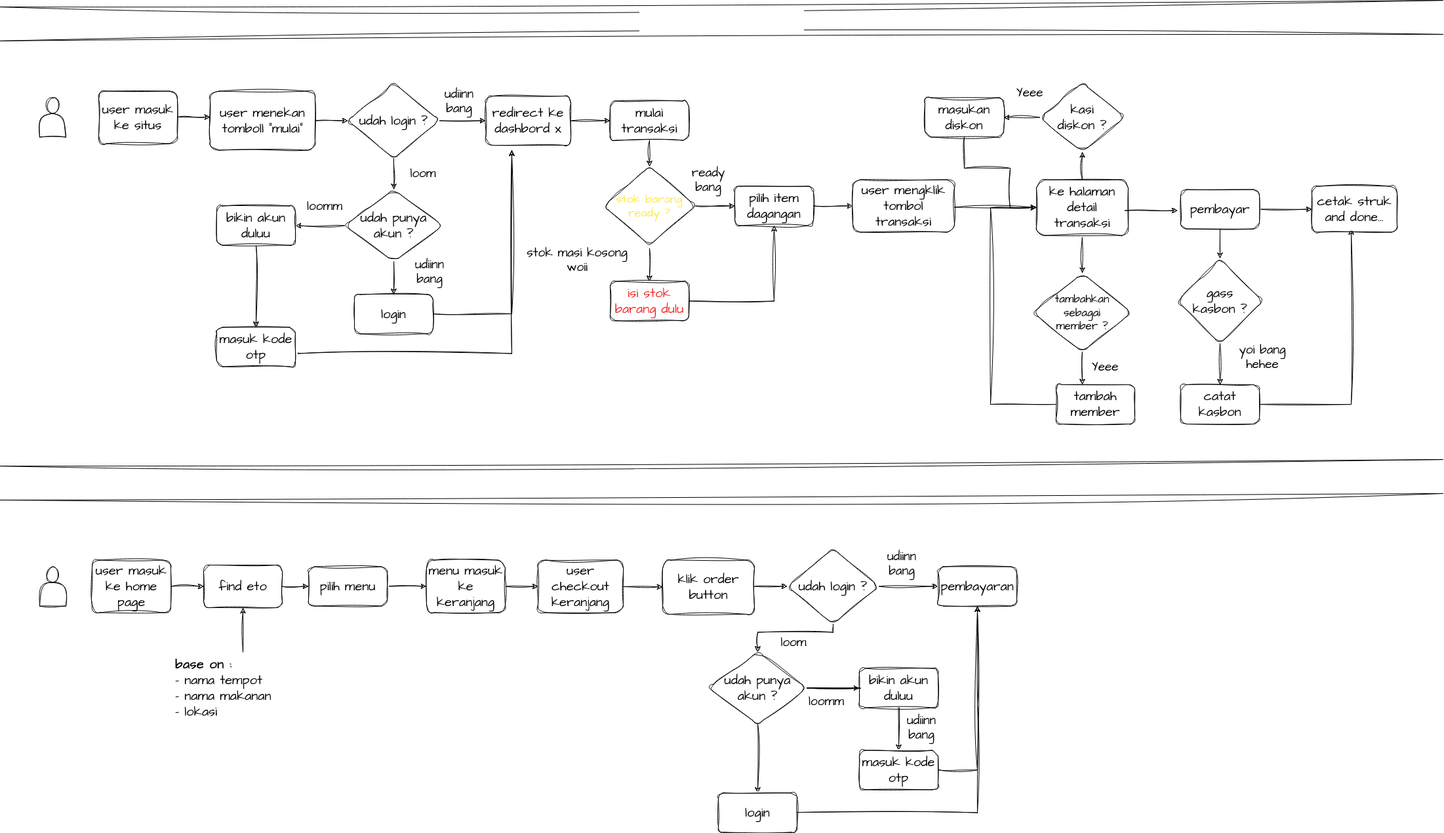
Above: Untitled Diagram.drawio.png in Petrichor-Dev/mypos (draw.io), before the change. Source tidied: cells renumbered, new cells last; positions are measured from the earlier drawing's top-left corner, leaving out a move shared by most shapes.
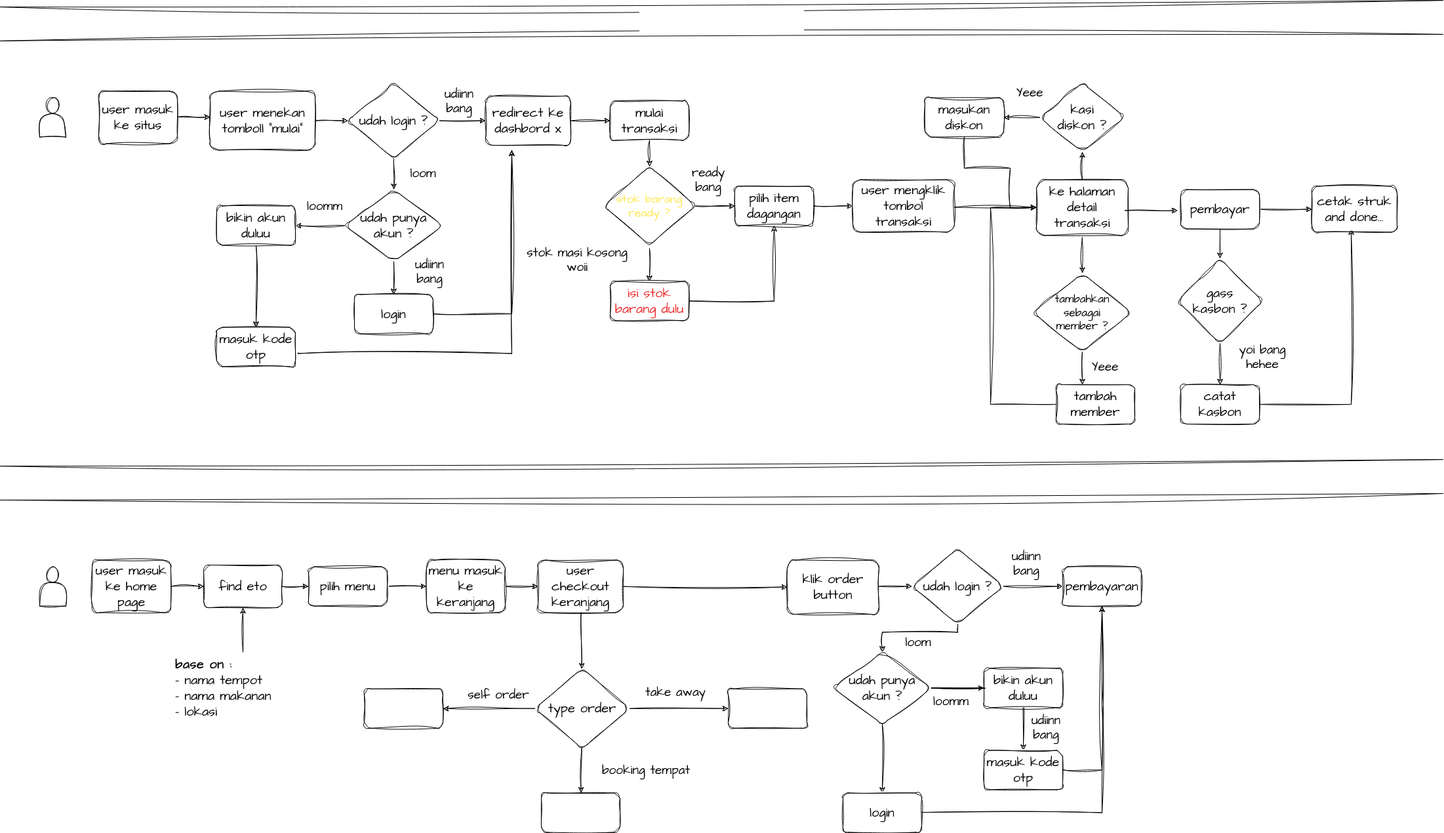
After the change.

Diff of the diagram source:
```diff
@@ -268,21 +268,24 @@
     </mxCell>
     <mxCell id="74" style="edgeStyle=orthogonalEdgeStyle;rounded=0;sketch=1;hachureGap=4;jiggle=2;curveFitting=1;orthogonalLoop=1;jettySize=auto;html=1;fontFamily=Architects Daughter;fontSource=https%3A%2F%2Ffonts.googleapis.com%2Fcss%3Ffamily%3DArchitects%2BDaughter;fontSize=16;" parent="1" edge="1">
       <mxGeometry relative="1" as="geometry">
-        <mxPoint x="1150" y="867.5" as="sourcePoint" />
-        <mxPoint x="1200" y="867.5" as="targetPoint" />
+        <mxPoint x="1340" y="867.5" as="sourcePoint" />
+        <mxPoint x="1390" y="867.5" as="targetPoint" />
       </mxGeometry>
     </mxCell>
     <mxCell id="75" style="edgeStyle=none;rounded=0;sketch=1;hachureGap=4;jiggle=2;curveFitting=1;jettySize=auto;html=1;fontFamily=Architects Daughter;fontSource=https%3A%2F%2Ffonts.googleapis.com%2Fcss%3Ffamily%3DArchitects%2BDaughter;fontSize=16;" parent="1" edge="1" source="76" target="99">
       <mxGeometry relative="1" as="geometry" />
     </mxCell>
+    <mxCell id="100" style="edgeStyle=none;rounded=0;sketch=1;hachureGap=4;jiggle=2;curveFitting=1;jettySize=auto;html=1;fontFamily=Architects Daughter;fontSource=https%3A%2F%2Ffonts.googleapis.com%2Fcss%3Ffamily%3DArchitects%2BDaughter;fontSize=16;" parent="1" edge="1" source="76" target="104">
+      <mxGeometry relative="1" as="geometry" />
+    </mxCell>
     <mxCell id="76" value="user checkout keranjang" style="whiteSpace=wrap;html=1;fontSize=20;fontFamily=Architects Daughter;rounded=1;sketch=1;curveFitting=1;jiggle=2;hachureGap=4;fontSource=https%3A%2F%2Ffonts.googleapis.com%2Fcss%3Ffamily%3DArchitects%2BDaughter;labelBackgroundColor=none;" parent="1" vertex="1">
       <mxGeometry x="820" y="827.5" width="130" height="80" as="geometry" />
     </mxCell>
     <mxCell id="77" style="edgeStyle=orthogonalEdgeStyle;rounded=0;sketch=1;hachureGap=4;jiggle=2;curveFitting=1;jettySize=auto;html=1;fontFamily=Architects Daughter;fontSource=https%3A%2F%2Ffonts.googleapis.com%2Fcss%3Ffamily%3DArchitects%2BDaughter;fontSize=17;labelBackgroundColor=none;fontColor=default;entryX=0.5;entryY=0;entryDx=0;entryDy=0;" parent="1" edge="1" source="79" target="91">
       <mxGeometry relative="1" as="geometry">
         <Array as="points">
-          <mxPoint x="1270" y="937.5" />
-          <mxPoint x="1155" y="937.5" />
+          <mxPoint x="1460" y="937.5" />
+          <mxPoint x="1345" y="937.5" />
         </Array>
       </mxGeometry>
     </mxCell>
@@ -290,19 +293,19 @@
       <mxGeometry relative="1" as="geometry" />
     </mxCell>
     <mxCell id="79" value="udah login ?" style="rhombus;whiteSpace=wrap;html=1;fontSize=20;fontFamily=Architects Daughter;rounded=1;sketch=1;curveFitting=1;jiggle=2;hachureGap=4;fontSource=https%3A%2F%2Ffonts.googleapis.com%2Fcss%3Ffamily%3DArchitects%2BDaughter;labelBackgroundColor=none;" parent="1" vertex="1">
-      <mxGeometry x="1200" y="810" width="140" height="115" as="geometry" />
+      <mxGeometry x="1390" y="810" width="140" height="115" as="geometry" />
     </mxCell>
     <mxCell id="80" value="&lt;font style=&quot;font-size: 19px;&quot;&gt;udiinn bang&lt;/font&gt;" style="text;strokeColor=none;align=center;fillColor=none;html=1;verticalAlign=middle;whiteSpace=wrap;rounded=0;sketch=1;hachureGap=4;jiggle=2;curveFitting=1;fontFamily=Architects Daughter;fontSource=https%3A%2F%2Ffonts.googleapis.com%2Fcss%3Ffamily%3DArchitects%2BDaughter;fontSize=19;labelBackgroundColor=none;" parent="1" vertex="1">
-      <mxGeometry x="1360" y="1067.5" width="90" height="30" as="geometry" />
+      <mxGeometry x="1550" y="1067.5" width="90" height="30" as="geometry" />
     </mxCell>
     <mxCell id="81" value="&lt;font style=&quot;font-size: 19px;&quot;&gt;udiinn bang&lt;/font&gt;" style="text;strokeColor=none;align=center;fillColor=none;html=1;verticalAlign=middle;whiteSpace=wrap;rounded=0;sketch=1;hachureGap=4;jiggle=2;curveFitting=1;fontFamily=Architects Daughter;fontSource=https%3A%2F%2Ffonts.googleapis.com%2Fcss%3Ffamily%3DArchitects%2BDaughter;fontSize=19;labelBackgroundColor=none;" parent="1" vertex="1">
-      <mxGeometry x="1345" y="817.5" width="60" height="30" as="geometry" />
+      <mxGeometry x="1535" y="817.5" width="60" height="30" as="geometry" />
     </mxCell>
     <mxCell id="82" value="&lt;font style=&quot;font-size: 19px;&quot;&gt;loomm&lt;/font&gt;" style="text;strokeColor=none;align=center;fillColor=none;html=1;verticalAlign=middle;whiteSpace=wrap;rounded=0;sketch=1;hachureGap=4;jiggle=2;curveFitting=1;fontFamily=Architects Daughter;fontSource=https%3A%2F%2Ffonts.googleapis.com%2Fcss%3Ffamily%3DArchitects%2BDaughter;fontSize=19;labelBackgroundColor=none;" parent="1" vertex="1">
-      <mxGeometry x="1230" y="1027.5" width="60" height="30" as="geometry" />
+      <mxGeometry x="1420" y="1027.5" width="60" height="30" as="geometry" />
     </mxCell>
     <mxCell id="83" value="&lt;font style=&quot;font-size: 19px;&quot;&gt;loom&lt;/font&gt;" style="text;strokeColor=none;align=center;fillColor=none;html=1;verticalAlign=middle;whiteSpace=wrap;rounded=0;sketch=1;hachureGap=4;jiggle=2;curveFitting=1;fontFamily=Architects Daughter;fontSource=https%3A%2F%2Ffonts.googleapis.com%2Fcss%3Ffamily%3DArchitects%2BDaughter;fontSize=19;labelBackgroundColor=none;" parent="1" vertex="1">
-      <mxGeometry x="1180" y="937.5" width="60" height="30" as="geometry" />
+      <mxGeometry x="1370" y="937.5" width="60" height="30" as="geometry" />
     </mxCell>
     <mxCell id="84" style="edgeStyle=orthogonalEdgeStyle;rounded=0;sketch=1;hachureGap=4;jiggle=2;curveFitting=1;jettySize=auto;html=1;fontFamily=Architects Daughter;fontSource=https%3A%2F%2Ffonts.googleapis.com%2Fcss%3Ffamily%3DArchitects%2BDaughter;fontSize=16;" parent="1" edge="1" source="91" target="86">
       <mxGeometry relative="1" as="geometry" />
@@ -311,13 +314,13 @@
       <mxGeometry relative="1" as="geometry" />
     </mxCell>
     <mxCell id="86" value="bikin akun duluu" style="whiteSpace=wrap;html=1;fontSize=20;fontFamily=Architects Daughter;rounded=1;sketch=1;curveFitting=1;jiggle=2;hachureGap=4;fontSource=https%3A%2F%2Ffonts.googleapis.com%2Fcss%3Ffamily%3DArchitects%2BDaughter;labelBackgroundColor=none;" parent="1" vertex="1">
-      <mxGeometry x="1310" y="992.5" width="120" height="60" as="geometry" />
+      <mxGeometry x="1500" y="992.5" width="120" height="60" as="geometry" />
     </mxCell>
     <mxCell id="87" value="masuk kode otp" style="whiteSpace=wrap;html=1;fontSize=20;fontFamily=Architects Daughter;rounded=1;sketch=1;curveFitting=1;jiggle=2;hachureGap=4;fontSource=https%3A%2F%2Ffonts.googleapis.com%2Fcss%3Ffamily%3DArchitects%2BDaughter;labelBackgroundColor=none;" parent="1" vertex="1">
-      <mxGeometry x="1310" y="1117.5" width="120" height="60" as="geometry" />
+      <mxGeometry x="1500" y="1117.5" width="120" height="60" as="geometry" />
     </mxCell>
     <mxCell id="88" value="pembayaran" style="whiteSpace=wrap;html=1;fontSize=20;fontFamily=Architects Daughter;rounded=1;sketch=1;curveFitting=1;jiggle=2;hachureGap=4;fontSource=https%3A%2F%2Ffonts.googleapis.com%2Fcss%3Ffamily%3DArchitects%2BDaughter;labelBackgroundColor=none;" parent="1" vertex="1">
-      <mxGeometry x="1430" y="837.5" width="120" height="60" as="geometry" />
+      <mxGeometry x="1620" y="837.5" width="120" height="60" as="geometry" />
     </mxCell>
     <mxCell id="89" style="edgeStyle=orthogonalEdgeStyle;rounded=0;sketch=1;hachureGap=4;jiggle=2;curveFitting=1;jettySize=auto;html=1;fontFamily=Architects Daughter;fontSource=https%3A%2F%2Ffonts.googleapis.com%2Fcss%3Ffamily%3DArchitects%2BDaughter;fontSize=16;endArrow=none;" parent="1" edge="1" source="86" target="91">
       <mxGeometry relative="1" as="geometry" />
@@ -326,26 +329,26 @@
       <mxGeometry relative="1" as="geometry" />
     </mxCell>
     <mxCell id="91" value="udah punya akun ?" style="rhombus;whiteSpace=wrap;html=1;fontSize=20;fontFamily=Architects Daughter;rounded=1;sketch=1;curveFitting=1;jiggle=2;hachureGap=4;fontSource=https%3A%2F%2Ffonts.googleapis.com%2Fcss%3Ffamily%3DArchitects%2BDaughter;labelBackgroundColor=none;" parent="1" vertex="1">
-      <mxGeometry x="1080" y="967.5" width="150" height="110" as="geometry" />
+      <mxGeometry x="1270" y="967.5" width="150" height="110" as="geometry" />
     </mxCell>
     <mxCell id="92" value="login" style="whiteSpace=wrap;html=1;fontSize=20;fontFamily=Architects Daughter;rounded=1;sketch=1;curveFitting=1;jiggle=2;hachureGap=4;fontSource=https%3A%2F%2Ffonts.googleapis.com%2Fcss%3Ffamily%3DArchitects%2BDaughter;labelBackgroundColor=none;" parent="1" vertex="1">
-      <mxGeometry x="1095" y="1182.5" width="120" height="60" as="geometry" />
+      <mxGeometry x="1285" y="1182.5" width="120" height="60" as="geometry" />
     </mxCell>
     <mxCell id="93" style="edgeStyle=none;jettySize=auto;html=1;rounded=0;sketch=1;hachureGap=4;jiggle=2;curveFitting=1;fontFamily=Architects Daughter;fontSource=https%3A%2F%2Ffonts.googleapis.com%2Fcss%3Ffamily%3DArchitects%2BDaughter;fontSize=16;entryX=0.5;entryY=1;entryDx=0;entryDy=0;" parent="1" edge="1" target="88">
       <mxGeometry relative="1" as="geometry">
-        <mxPoint x="1215" y="1212.1" as="sourcePoint" />
+        <mxPoint x="1405" y="1212.1" as="sourcePoint" />
         <Array as="points">
-          <mxPoint x="1490" y="1212.5" />
-          <mxPoint x="1490" y="1047.5" />
+          <mxPoint x="1680" y="1212.5" />
+          <mxPoint x="1680" y="1047.5" />
         </Array>
       </mxGeometry>
     </mxCell>
     <mxCell id="94" style="edgeStyle=none;orthogonalLoop=1;jettySize=auto;html=1;rounded=0;sketch=1;hachureGap=4;jiggle=2;curveFitting=1;fontFamily=Architects Daughter;fontSource=https%3A%2F%2Ffonts.googleapis.com%2Fcss%3Ffamily%3DArchitects%2BDaughter;fontSize=16;" parent="1" edge="1">
       <mxGeometry relative="1" as="geometry">
-        <mxPoint x="1430" y="1147.1" as="sourcePoint" />
-        <mxPoint x="1490" y="897.5" as="targetPoint" />
+        <mxPoint x="1620" y="1147.1" as="sourcePoint" />
+        <mxPoint x="1680" y="897.5" as="targetPoint" />
         <Array as="points">
-          <mxPoint x="1490" y="1147.5" />
+          <mxPoint x="1680" y="1147.5" />
         </Array>
       </mxGeometry>
     </mxCell>
@@ -358,11 +361,41 @@
     <mxCell id="97" style="edgeStyle=none;rounded=0;sketch=1;hachureGap=4;jiggle=2;curveFitting=1;jettySize=auto;html=1;entryX=0.5;entryY=1;entryDx=0;entryDy=0;fontFamily=Architects Daughter;fontSource=https%3A%2F%2Ffonts.googleapis.com%2Fcss%3Ffamily%3DArchitects%2BDaughter;fontSize=16;" parent="1" edge="1" source="98" target="69">
       <mxGeometry relative="1" as="geometry" />
     </mxCell>
-    <mxCell id="98" value="&lt;div&gt;&lt;b&gt;base on :&lt;/b&gt;&lt;/div&gt;- nama tempot&lt;br&gt;- nama makanan&lt;br&gt;- lokasi" style="text;strokeColor=none;align=left;fillColor=none;html=1;verticalAlign=top;whiteSpace=wrap;rounded=0;sketch=1;hachureGap=4;jiggle=2;curveFitting=1;fontFamily=Architects Daughter;fontSource=https%3A%2F%2Ffonts.googleapis.com%2Fcss%3Ffamily%3DArchitects%2BDaughter;fontSize=20;" parent="1" vertex="1">
+    <mxCell id="98" value="&lt;div&gt;&lt;b&gt;base on :&lt;/b&gt;&lt;/div&gt;- nama tempot&lt;br&gt;- nama makanan&lt;br&gt;- lokasi" style="text;strokeColor=none;align=left;fillColor=none;html=1;verticalAlign=top;whiteSpace=wrap;rounded=0;sketch=1;hachureGap=4;jiggle=2;curveFitting=1;fontFamily=Architects Daughter;fontSource=https%3A%2F%2Ffonts.googleapis.com%2Fcss%3Ffamily%3DArchitects%2BDaughter;fontSize=20;horizontal=1;" parent="1" vertex="1">
       <mxGeometry x="265" y="967.5" width="210" height="110" as="geometry" />
     </mxCell>
     <mxCell id="99" value="klik order button" style="whiteSpace=wrap;html=1;fontSize=20;fontFamily=Architects Daughter;rounded=1;sketch=1;curveFitting=1;jiggle=2;hachureGap=4;fontSource=https%3A%2F%2Ffonts.googleapis.com%2Fcss%3Ffamily%3DArchitects%2BDaughter;labelBackgroundColor=none;" parent="1" vertex="1">
-      <mxGeometry x="1010" y="827.5" width="140" height="82.5" as="geometry" />
+      <mxGeometry x="1200" y="827.5" width="140" height="82.5" as="geometry" />
     </mxCell>
+    <mxCell id="101" style="edgeStyle=none;rounded=0;sketch=1;hachureGap=4;jiggle=2;curveFitting=1;jettySize=auto;html=1;fontFamily=Architects Daughter;fontSource=https%3A%2F%2Ffonts.googleapis.com%2Fcss%3Ffamily%3DArchitects%2BDaughter;fontSize=16;" parent="1" edge="1" source="104" target="105">
+      <mxGeometry relative="1" as="geometry" />
+    </mxCell>
+    <mxCell id="102" style="edgeStyle=none;rounded=0;sketch=1;hachureGap=4;jiggle=2;curveFitting=1;jettySize=auto;html=1;fontFamily=Architects Daughter;fontSource=https%3A%2F%2Ffonts.googleapis.com%2Fcss%3Ffamily%3DArchitects%2BDaughter;fontSize=16;" parent="1" edge="1" source="104" target="106">
+      <mxGeometry relative="1" as="geometry" />
+    </mxCell>
+    <mxCell id="103" style="edgeStyle=none;rounded=0;sketch=1;hachureGap=4;jiggle=2;curveFitting=1;jettySize=auto;html=1;fontFamily=Architects Daughter;fontSource=https%3A%2F%2Ffonts.googleapis.com%2Fcss%3Ffamily%3DArchitects%2BDaughter;fontSize=16;" parent="1" edge="1" source="104" target="107">
+      <mxGeometry relative="1" as="geometry" />
+    </mxCell>
+    <mxCell id="104" value="type order" style="rhombus;whiteSpace=wrap;html=1;fontSize=20;fontFamily=Architects Daughter;rounded=1;sketch=1;curveFitting=1;jiggle=2;hachureGap=4;fontSource=https%3A%2F%2Ffonts.googleapis.com%2Fcss%3Ffamily%3DArchitects%2BDaughter;labelBackgroundColor=none;" parent="1" vertex="1">
+      <mxGeometry x="815" y="992.5" width="145" height="122.5" as="geometry" />
+    </mxCell>
+    <mxCell id="105" style="whiteSpace=wrap;html=1;fontSize=20;fontFamily=Architects Daughter;rounded=1;sketch=1;curveFitting=1;jiggle=2;hachureGap=4;fontSource=https%3A%2F%2Ffonts.googleapis.com%2Fcss%3Ffamily%3DArchitects%2BDaughter;labelBackgroundColor=none;" parent="1" vertex="1">
+      <mxGeometry x="555" y="1023.8" width="120" height="60" as="geometry" />
+    </mxCell>
+    <mxCell id="106" style="whiteSpace=wrap;html=1;fontSize=20;fontFamily=Architects Daughter;rounded=1;sketch=1;curveFitting=1;jiggle=2;hachureGap=4;fontSource=https%3A%2F%2Ffonts.googleapis.com%2Fcss%3Ffamily%3DArchitects%2BDaughter;labelBackgroundColor=none;" parent="1" vertex="1">
+      <mxGeometry x="825" y="1182.5" width="120" height="60" as="geometry" />
+    </mxCell>
+    <mxCell id="107" style="whiteSpace=wrap;html=1;fontSize=20;fontFamily=Architects Daughter;rounded=1;sketch=1;curveFitting=1;jiggle=2;hachureGap=4;fontSource=https%3A%2F%2Ffonts.googleapis.com%2Fcss%3Ffamily%3DArchitects%2BDaughter;labelBackgroundColor=none;" parent="1" vertex="1">
+      <mxGeometry x="1110" y="1023.8" width="120" height="60" as="geometry" />
+    </mxCell>
+    <mxCell id="108" value="self order" style="text;strokeColor=none;align=center;fillColor=none;html=1;verticalAlign=middle;whiteSpace=wrap;rounded=0;sketch=1;hachureGap=4;jiggle=2;curveFitting=1;fontFamily=Architects Daughter;fontSource=https%3A%2F%2Ffonts.googleapis.com%2Fcss%3Ffamily%3DArchitects%2BDaughter;fontSize=19;labelBackgroundColor=none;" parent="1" vertex="1">
+      <mxGeometry x="710" y="1012.5" width="100" height="40" as="geometry" />
+    </mxCell>
+    <mxCell id="109" value="booking tempat" style="text;strokeColor=none;align=center;fillColor=none;html=1;verticalAlign=middle;whiteSpace=wrap;rounded=0;sketch=1;hachureGap=4;jiggle=2;curveFitting=1;fontFamily=Architects Daughter;fontSource=https%3A%2F%2Ffonts.googleapis.com%2Fcss%3Ffamily%3DArchitects%2BDaughter;fontSize=19;labelBackgroundColor=none;" parent="1" vertex="1">
+      <mxGeometry x="900" y="1123.8" width="170" height="47.5" as="geometry" />
+    </mxCell>
+    <mxCell id="110" value="take away" style="text;strokeColor=none;align=center;fillColor=none;html=1;verticalAlign=middle;whiteSpace=wrap;rounded=0;sketch=1;hachureGap=4;jiggle=2;curveFitting=1;fontFamily=Architects Daughter;fontSource=https%3A%2F%2Ffonts.googleapis.com%2Fcss%3Ffamily%3DArchitects%2BDaughter;fontSize=19;labelBackgroundColor=none;" parent="1" vertex="1">
+      <mxGeometry x="970" y="1012.5" width="120" height="32.5" as="geometry" />
+    </mxCell>
   </root>
 </mxGraphModel>
```
